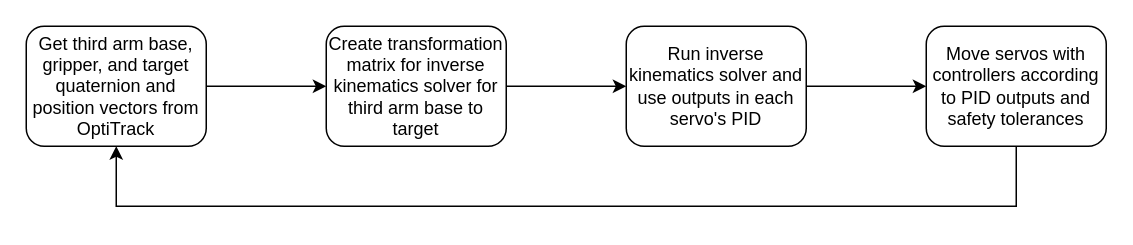
Earlier version of the draw.io diagram motion planning pipeline.drawio (hrc2/third_arm_project). Source tidied: cells renumbered, new cells numbered last; positions are measured from the earlier drawing's top-left corner, leaving out a move shared by most shapes. Both pictures are drawn from the tidied source at 150%, with x=0, y=0 at pixel (26, 26).
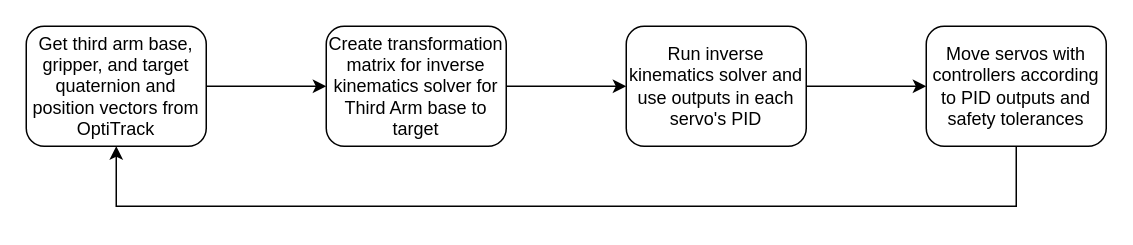
The same page after the edit.

The edit, as a diff of the source:
```diff
@@
 <mxGraphModel>
   <root>
     <mxCell id="0" />
     <mxCell id="1" parent="0" />
     <mxCell id="2" style="edgeStyle=orthogonalEdgeStyle;rounded=0;jettySize=auto;html=1;" parent="1" edge="1" source="3" target="5">
       <mxGeometry relative="1" as="geometry" />
     </mxCell>
     <mxCell id="3" value="Get third arm base, gripper, and target quaternion and position vectors from OptiTrack" style="rounded=1;whiteSpace=wrap;html=1;" parent="1" vertex="1">
       <mxGeometry width="120" height="80" as="geometry" />
     </mxCell>
     <mxCell id="4" style="edgeStyle=orthogonalEdgeStyle;rounded=0;jettySize=auto;html=1;" parent="1" edge="1" source="5" target="7">
       <mxGeometry relative="1" as="geometry" />
     </mxCell>
-    <mxCell id="5" value="Create transformation matrix for inverse kinematics solver for third arm base to target" style="whiteSpace=wrap;html=1;rounded=1;" parent="1" vertex="1">
+    <mxCell id="5" value="Create transformation matrix for inverse kinematics solver for Third Arm base to target" style="whiteSpace=wrap;html=1;rounded=1;" parent="1" vertex="1">
       <mxGeometry x="200" width="120" height="80" as="geometry" />
     </mxCell>
     <mxCell id="6" style="edgeStyle=orthogonalEdgeStyle;rounded=0;jettySize=auto;html=1;" parent="1" edge="1" source="7" target="9">
       <mxGeometry relative="1" as="geometry" />
     </mxCell>
     <mxCell id="7" value="Run inverse kinematics solver and use outputs in each servo's PID" style="whiteSpace=wrap;html=1;rounded=1;" parent="1" vertex="1">
       <mxGeometry x="400" width="120" height="80" as="geometry" />
     </mxCell>
     <mxCell id="8" style="edgeStyle=orthogonalEdgeStyle;rounded=0;jettySize=auto;html=1;entryX=0.5;entryY=1;entryDx=0;entryDy=0;" parent="1" edge="1" source="9" target="3">
       <mxGeometry relative="1" as="geometry">
         <Array as="points">
           <mxPoint x="660" y="120" />
           <mxPoint x="60" y="120" />
         </Array>
       </mxGeometry>
     </mxCell>
     <mxCell id="9" value="Move servos with controllers according to PID outputs and safety tolerances" style="whiteSpace=wrap;html=1;rounded=1;" parent="1" vertex="1">
       <mxGeometry x="600" width="120" height="80" as="geometry" />
     </mxCell>
   </root>
 </mxGraphModel>
```
